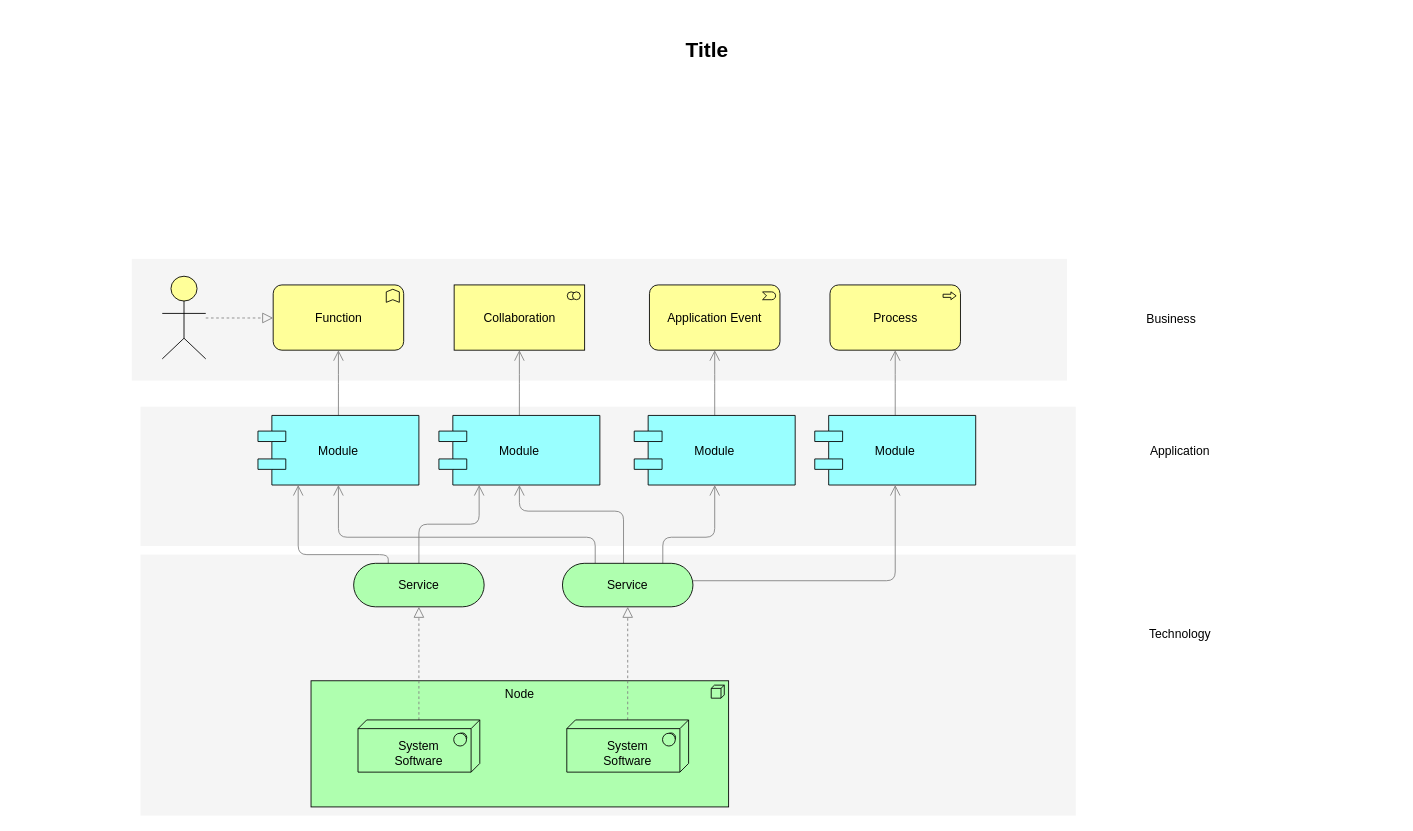
This is tshop/Untitled Diagram.drawio from lawplus/diagrams, a draw.io file, before an edit. Source tidied: cells renumbered, new cells numbered last; positions are measured from the earlier drawing's top-left corner, leaving out a move shared by most shapes. Both pictures are drawn from the tidied source at 87%, with x=0, y=0 at pixel (15, 32).
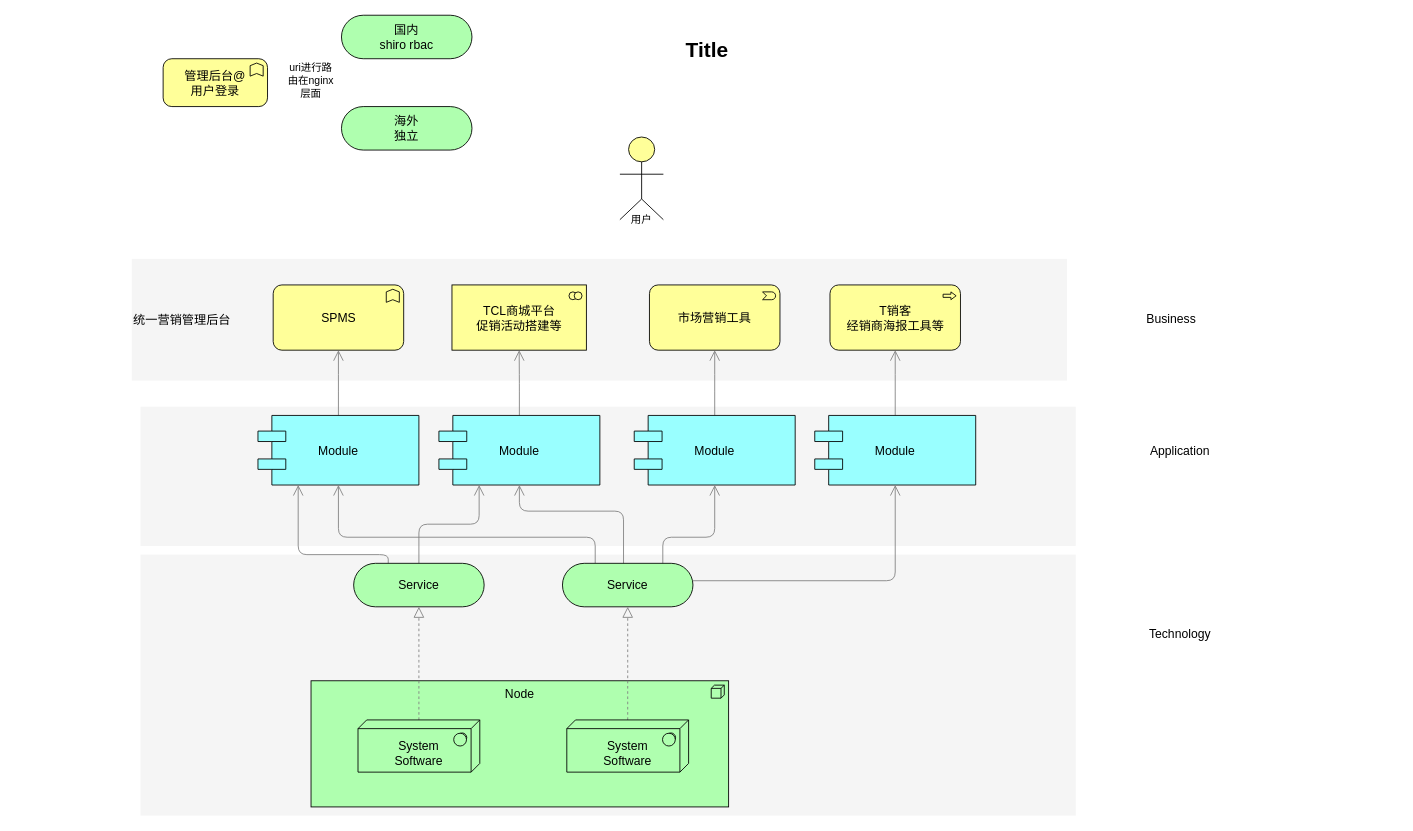
After the change.

The edit, as a diff of the source:
```diff
@@
-    <mxCell id="4" style="whiteSpace=wrap;html=1;strokeColor=none;strokeWidth=1;fillColor=#f5f5f5;fontSize=14;" parent="1" vertex="1">
+    <mxCell id="4" value="统一营销管理后台" style="whiteSpace=wrap;html=1;strokeColor=none;strokeWidth=1;fillColor=#f5f5f5;fontSize=14;align=left;" parent="1" vertex="1">
       <mxGeometry x="134" y="260" width="1075" height="140" as="geometry" />
     </mxCell>
@@
-    <mxCell id="26" value="Function" style="html=1;whiteSpace=wrap;fillColor=#ffff99;shape=mxgraph.archimate3.application;appType=func;archiType=rounded;fontSize=14;" parent="1" vertex="1">
+    <mxCell id="26" value="SPMS" style="html=1;whiteSpace=wrap;fillColor=#ffff99;shape=mxgraph.archimate3.application;appType=func;archiType=rounded;fontSize=14;" parent="1" vertex="1">
       <mxGeometry x="296.5" y="290" width="150" height="75" as="geometry" />
     </mxCell>
-    <mxCell id="27" value="Collaboration" style="html=1;whiteSpace=wrap;fillColor=#ffff99;shape=mxgraph.archimate3.application;appType=collab;archiType=square;fontSize=14;" parent="1" vertex="1">
-      <mxGeometry x="504.5" y="290" width="150" height="75" as="geometry" />
+    <mxCell id="27" value="TCL商城平台&lt;br&gt;促销活动搭建等" style="html=1;whiteSpace=wrap;fillColor=#ffff99;shape=mxgraph.archimate3.application;appType=collab;archiType=square;fontSize=14;" parent="1" vertex="1">
+      <mxGeometry x="502" y="290" width="154.5" height="75" as="geometry" />
     </mxCell>
-    <mxCell id="28" value="Application Event" style="html=1;whiteSpace=wrap;fillColor=#ffff99;shape=mxgraph.archimate3.application;appType=event;archiType=rounded;fontSize=14;" parent="1" vertex="1">
+    <mxCell id="28" value="市场营销工具" style="html=1;whiteSpace=wrap;fillColor=#ffff99;shape=mxgraph.archimate3.application;appType=event;archiType=rounded;fontSize=14;" parent="1" vertex="1">
       <mxGeometry x="729" y="290" width="150" height="75" as="geometry" />
     </mxCell>
-    <mxCell id="29" value="Process" style="html=1;whiteSpace=wrap;fillColor=#ffff99;shape=mxgraph.archimate3.application;appType=proc;archiType=rounded;fontSize=14;" parent="1" vertex="1">
+    <mxCell id="29" value="T销客&lt;br&gt;经销商海报工具等" style="html=1;whiteSpace=wrap;fillColor=#ffff99;shape=mxgraph.archimate3.application;appType=proc;archiType=rounded;fontSize=14;" parent="1" vertex="1">
       <mxGeometry x="936.5" y="290" width="150" height="75" as="geometry" />
     </mxCell>
@@
-    <mxCell id="33" style="edgeStyle=elbowEdgeStyle;rounded=1;elbow=vertical;html=1;dashed=1;startSize=10;endArrow=block;endFill=0;endSize=10;jettySize=auto;strokeColor=#808080;fontSize=14;" parent="1" edge="1" source="34" target="26">
-      <mxGeometry relative="1" as="geometry" />
-    </mxCell>
     <mxCell id="34" style="html=1;whiteSpace=wrap;fillColor=#ffff99;shape=mxgraph.archimate3.actor;fontSize=14;" parent="1" vertex="1">
-      <mxGeometry x="169" y="280" width="50" height="95" as="geometry" />
+      <mxGeometry x="695" y="120" width="50" height="95" as="geometry" />
     </mxCell>
@@
+    <mxCell id="36" value="用户" style="text;html=1;strokeColor=none;fillColor=none;align=center;verticalAlign=middle;whiteSpace=wrap;rounded=0;" parent="1" vertex="1">
+      <mxGeometry x="690" y="200" width="60" height="30" as="geometry" />
+    </mxCell>
+    <mxCell id="37" value="管理后台@&lt;br&gt;用户登录" style="html=1;whiteSpace=wrap;fillColor=#ffff99;shape=mxgraph.archimate3.application;appType=func;archiType=rounded;fontSize=14;" parent="1" vertex="1">
+      <mxGeometry x="170" y="30" width="120" height="55" as="geometry" />
+    </mxCell>
+    <mxCell id="38" value="国内&lt;br&gt;shiro rbac" style="html=1;whiteSpace=wrap;fillColor=#AFFFAF;shape=mxgraph.archimate3.service;fontSize=14;" parent="1" vertex="1">
+      <mxGeometry x="375" y="-20" width="150" height="50" as="geometry" />
+    </mxCell>
+    <mxCell id="39" value="海外&lt;br&gt;独立" style="html=1;whiteSpace=wrap;fillColor=#AFFFAF;shape=mxgraph.archimate3.service;fontSize=14;" parent="1" vertex="1">
+      <mxGeometry x="375" y="85" width="150" height="50" as="geometry" />
+    </mxCell>
+    <mxCell id="40" value="uri进行路由在nginx层面" style="text;html=1;strokeColor=none;fillColor=none;align=center;verticalAlign=middle;whiteSpace=wrap;rounded=0;" parent="1" vertex="1">
+      <mxGeometry x="310" y="40" width="60" height="30" as="geometry" />
+    </mxCell>
```
